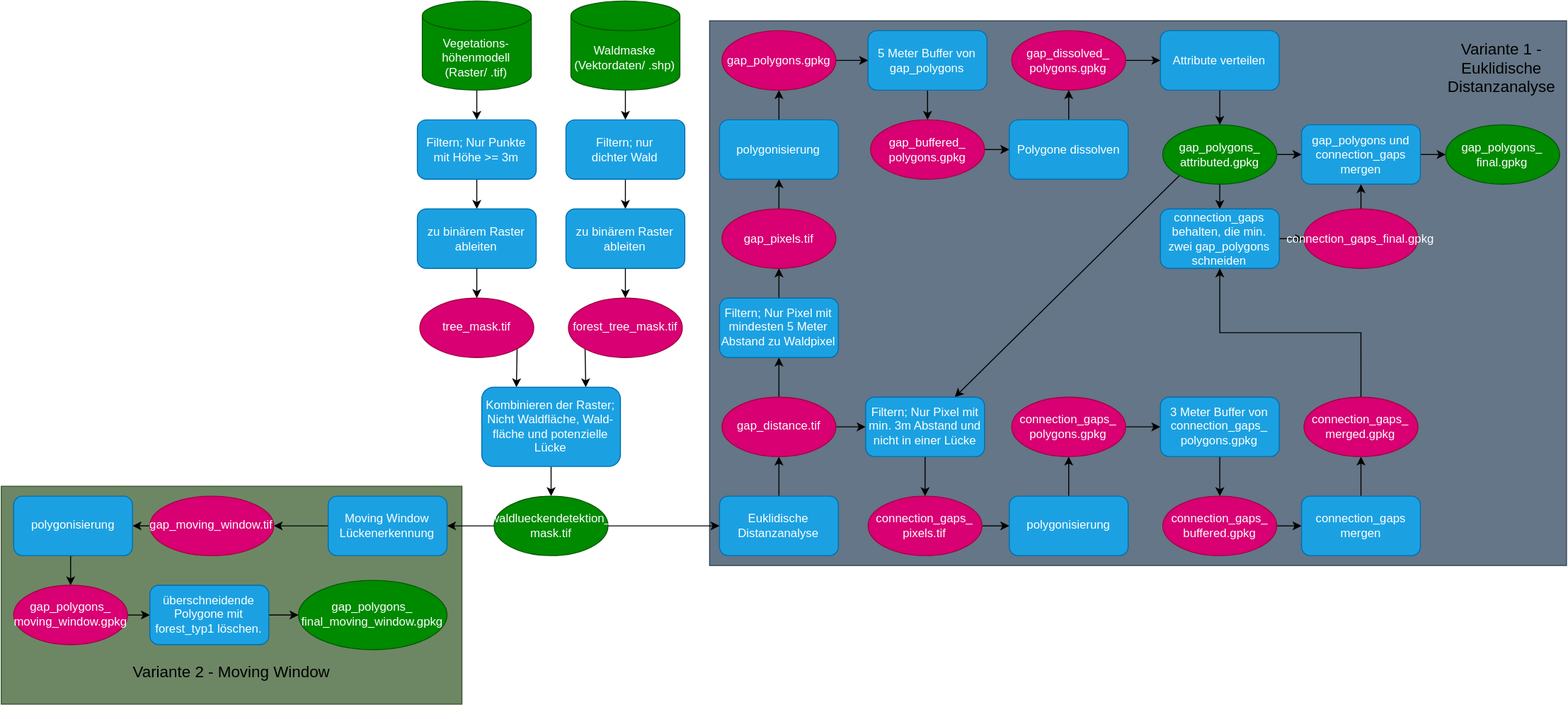
Before: Lueckendetektion.drawio.svg, a diagram exported from draw.io (liobio72/Lueckendetektion). Source tidied: cells renumbered, new cells last; positions are measured from the earlier drawing's top-left corner, leaving out a move shared by most shapes.
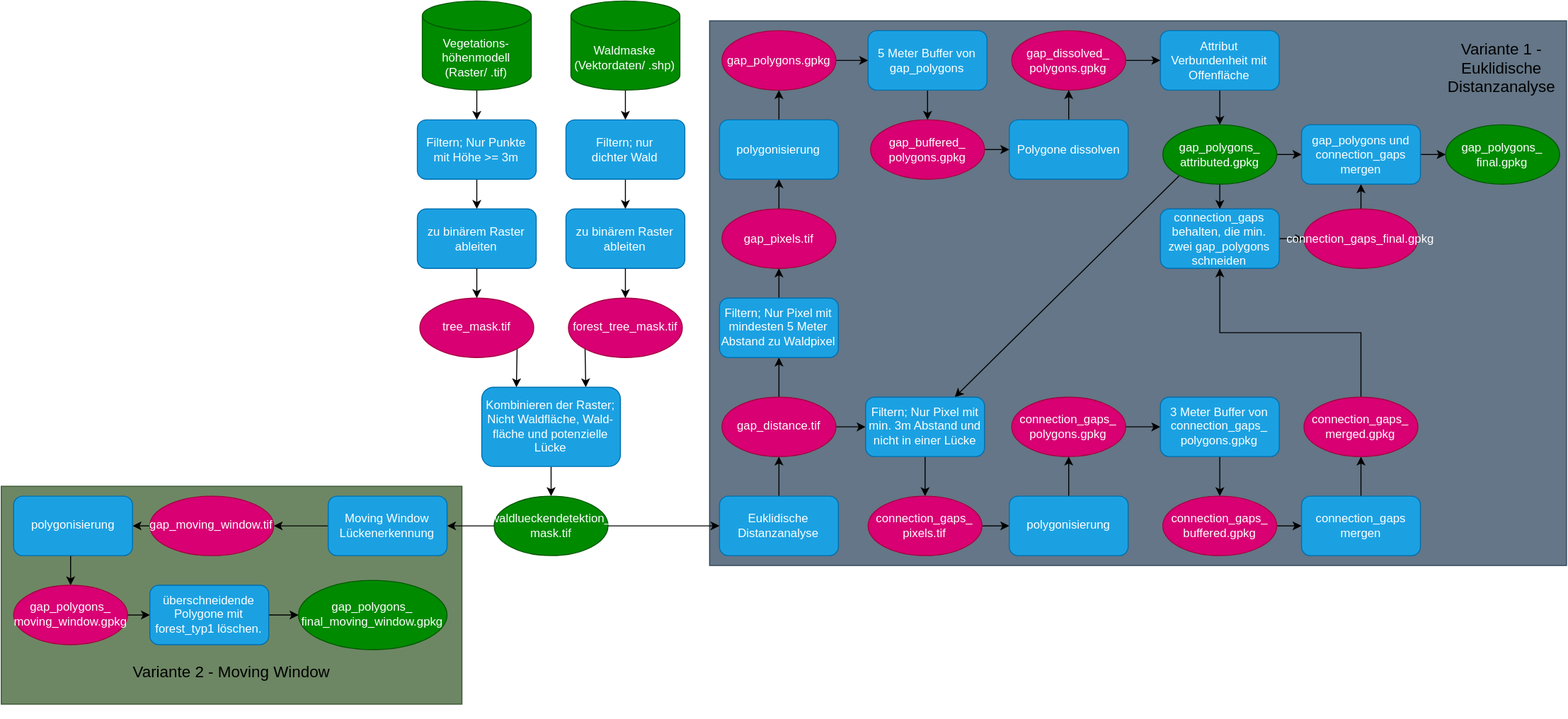
After the commit.

Diff of the diagram source:
```diff
@@ -125,7 +125,7 @@
     <mxCell id="42" style="edgeStyle=orthogonalEdgeStyle;rounded=0;jettySize=auto;html=1;exitX=0.5;exitY=1;exitDx=0;exitDy=0;entryX=0.5;entryY=0;entryDx=0;entryDy=0;" parent="1" edge="1" source="43" target="51">
       <mxGeometry relative="1" as="geometry" />
     </mxCell>
-    <mxCell id="43" value="Attribute verteilen" style="rounded=1;whiteSpace=wrap;html=1;fillColor=#1ba1e2;fontColor=#ffffff;strokeColor=#006EAF;" parent="1" vertex="1">
+    <mxCell id="43" value="Attribut Verbundenheit mit Offenfläche" style="rounded=1;whiteSpace=wrap;html=1;fillColor=#1ba1e2;fontColor=#ffffff;strokeColor=#006EAF;" parent="1" vertex="1">
       <mxGeometry x="1170" y="30" width="120" height="60" as="geometry" />
     </mxCell>
     <mxCell id="44" style="edgeStyle=orthogonalEdgeStyle;rounded=0;jettySize=auto;html=1;exitX=1;exitY=0.5;exitDx=0;exitDy=0;entryX=0;entryY=0.5;entryDx=0;entryDy=0;" parent="1" edge="1" source="45" target="43">
```
